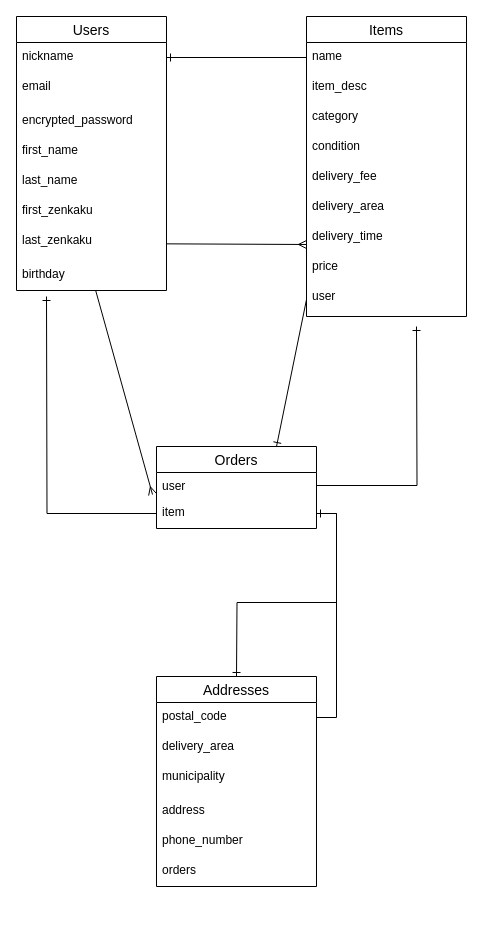
This is ER.dio from KeMura-ops/furima-32865, a draw.io file, before an edit. Source tidied: cells renumbered, new cells numbered last; positions are measured from the earlier drawing's top-left corner, leaving out a move shared by most shapes. Both pictures are drawn from the tidied source at 100%, with x=0, y=0 at pixel (-14, 16).
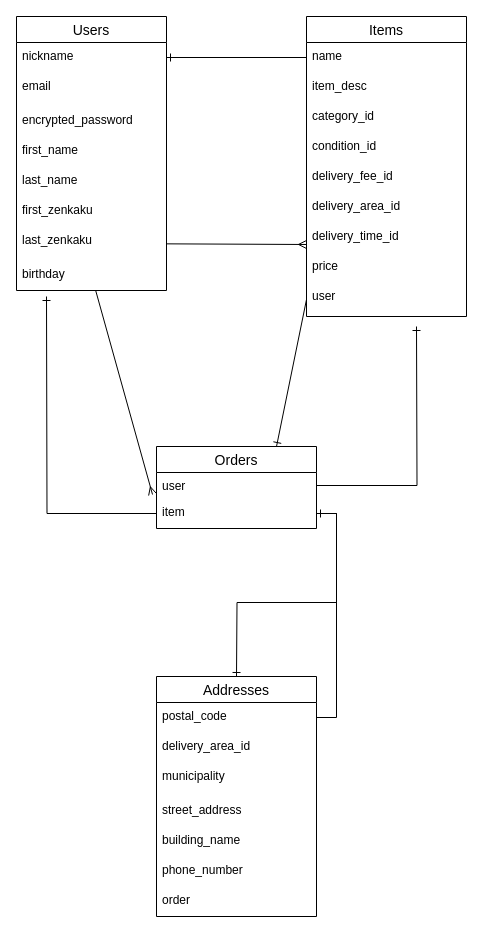
After the change.

Commit message (it also covers changes not shown here):
DB設計指摘箇所の修正

Unchanged cells that the change refers to:
```xml
<mxCell id="12" value="Items" style="swimlane;fontStyle=0;horizontal=1;startSize=26;align=center;fontSize=14;" parent="1" vertex="1">
  <mxGeometry x="320" width="160" height="300" as="geometry" />
</mxCell>
```

Diff of the diagram source:
```diff
@@
-    <mxCell id="15" value="category" style="text;strokeColor=none;fillColor=none;spacingLeft=4;spacingRight=4;overflow=hidden;fontSize=12;" parent="12" vertex="1">
+    <mxCell id="15" value="category_id" style="text;strokeColor=none;fillColor=none;spacingLeft=4;spacingRight=4;overflow=hidden;fontSize=12;" parent="12" vertex="1">
       <mxGeometry y="86" width="160" height="30" as="geometry" />
     </mxCell>
-    <mxCell id="16" value="condition&#10;" style="text;strokeColor=none;fillColor=none;spacingLeft=4;spacingRight=4;overflow=hidden;fontSize=12;" parent="12" vertex="1">
+    <mxCell id="16" value="condition_id&#10;" style="text;strokeColor=none;fillColor=none;spacingLeft=4;spacingRight=4;overflow=hidden;fontSize=12;" parent="12" vertex="1">
       <mxGeometry y="116" width="160" height="30" as="geometry" />
     </mxCell>
-    <mxCell id="17" value="delivery_fee" style="text;strokeColor=none;fillColor=none;spacingLeft=4;spacingRight=4;overflow=hidden;fontSize=12;" parent="12" vertex="1">
+    <mxCell id="17" value="delivery_fee_id" style="text;strokeColor=none;fillColor=none;spacingLeft=4;spacingRight=4;overflow=hidden;fontSize=12;" parent="12" vertex="1">
       <mxGeometry y="146" width="160" height="30" as="geometry" />
     </mxCell>
-    <mxCell id="18" value="delivery_area" style="text;strokeColor=none;fillColor=none;spacingLeft=4;spacingRight=4;overflow=hidden;fontSize=12;" parent="12" vertex="1">
+    <mxCell id="18" value="delivery_area_id" style="text;strokeColor=none;fillColor=none;spacingLeft=4;spacingRight=4;overflow=hidden;fontSize=12;" parent="12" vertex="1">
       <mxGeometry y="176" width="160" height="30" as="geometry" />
     </mxCell>
-    <mxCell id="19" value="delivery_time&#10;" style="text;strokeColor=none;fillColor=none;spacingLeft=4;spacingRight=4;overflow=hidden;points=[[0,0.5],[1,0.5]];portConstraint=eastwest;fontSize=12;" parent="12" vertex="1">
+    <mxCell id="19" value="delivery_time_id&#10;" style="text;strokeColor=none;fillColor=none;spacingLeft=4;spacingRight=4;overflow=hidden;points=[[0,0.5],[1,0.5]];portConstraint=eastwest;fontSize=12;" parent="12" vertex="1">
       <mxGeometry y="206" width="160" height="30" as="geometry" />
     </mxCell>
@@
     <mxCell id="25" value="Addresses" style="swimlane;fontStyle=0;horizontal=1;startSize=26;align=center;fontSize=14;" parent="1" vertex="1">
-      <mxGeometry x="170" y="660" width="160" height="210" as="geometry" />
+      <mxGeometry x="170" y="660" width="160" height="240" as="geometry" />
     </mxCell>
@@
-    <mxCell id="27" value="delivery_area" style="text;strokeColor=none;fillColor=none;spacingLeft=4;spacingRight=4;overflow=hidden;fontSize=12;" parent="25" vertex="1">
+    <mxCell id="27" value="delivery_area_id" style="text;strokeColor=none;fillColor=none;spacingLeft=4;spacingRight=4;overflow=hidden;fontSize=12;" parent="25" vertex="1">
       <mxGeometry y="56" width="160" height="30" as="geometry" />
     </mxCell>
@@
-    <mxCell id="29" value="address" style="text;strokeColor=none;fillColor=none;spacingLeft=4;spacingRight=4;overflow=hidden;fontSize=12;" parent="25" vertex="1">
+    <mxCell id="29" value="street_address" style="text;strokeColor=none;fillColor=none;spacingLeft=4;spacingRight=4;overflow=hidden;fontSize=12;" parent="25" vertex="1">
       <mxGeometry y="120" width="160" height="30" as="geometry" />
     </mxCell>
+    <mxCell id="40" value="building_name" style="text;strokeColor=none;fillColor=none;spacingLeft=4;spacingRight=4;overflow=hidden;fontSize=12;" parent="25" vertex="1">
+      <mxGeometry y="150" width="160" height="30" as="geometry" />
+    </mxCell>
     <mxCell id="30" value="phone_number&#10;" style="text;strokeColor=none;fillColor=none;spacingLeft=4;spacingRight=4;overflow=hidden;fontSize=12;" parent="25" vertex="1">
-      <mxGeometry y="150" width="160" height="30" as="geometry" />
+      <mxGeometry y="180" width="160" height="30" as="geometry" />
     </mxCell>
-    <mxCell id="31" value="orders&#10;" style="text;strokeColor=none;fillColor=none;spacingLeft=4;spacingRight=4;overflow=hidden;fontSize=12;" parent="25" vertex="1">
-      <mxGeometry y="180" width="160" height="30" as="geometry" />
+    <mxCell id="31" value="order&#10;" style="text;strokeColor=none;fillColor=none;spacingLeft=4;spacingRight=4;overflow=hidden;fontSize=12;" parent="25" vertex="1">
+      <mxGeometry y="210" width="160" height="30" as="geometry" />
     </mxCell>
```
